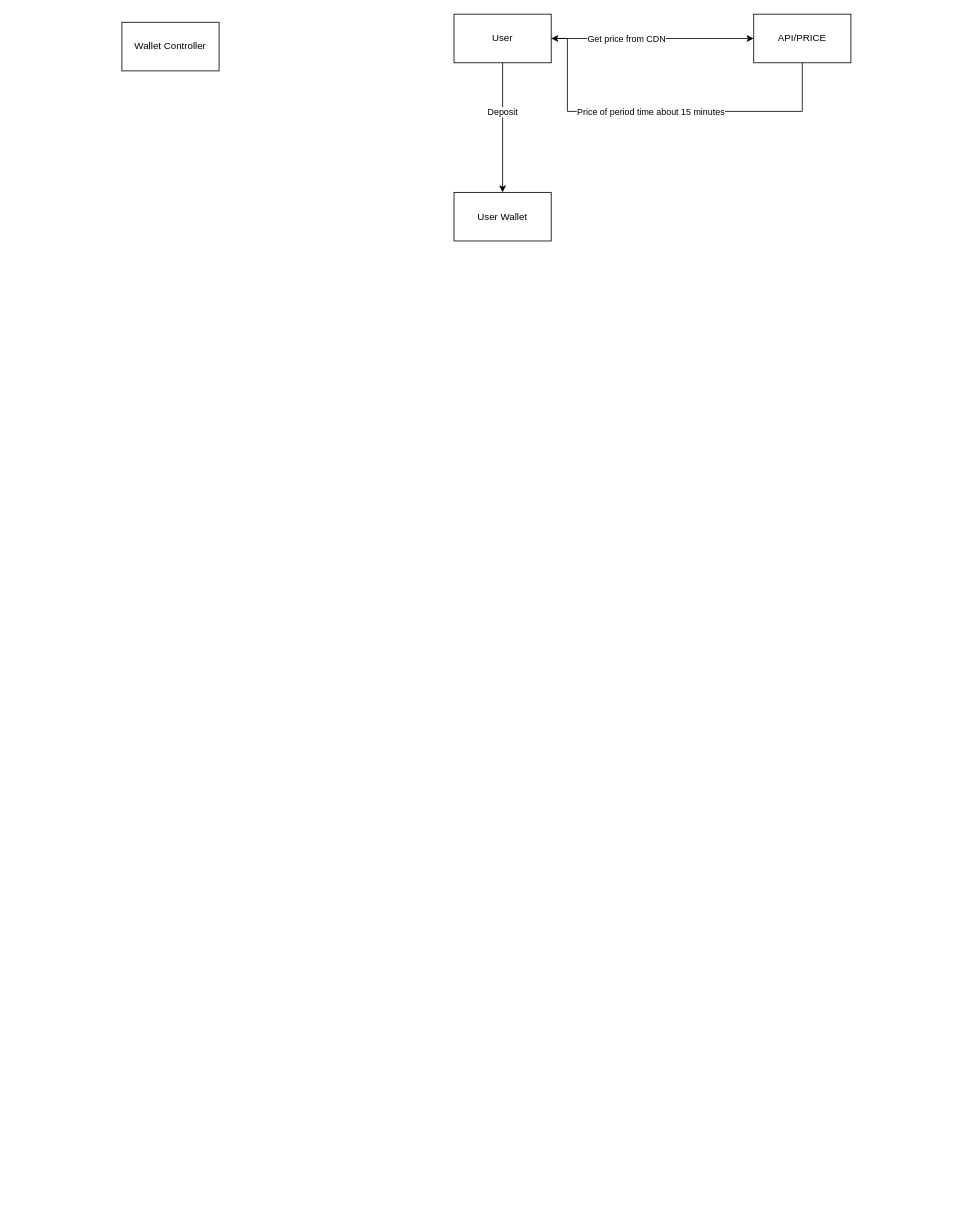
The draw.io diagram Biểu đồ không có tiêu đề.drawio in DatNg267/diagram, before the edit. Source tidied: cells renumbered, new cells numbered last; positions are measured from the earlier drawing's top-left corner, leaving out a move shared by most shapes. Both pictures are drawn from the tidied source at 81%, with x=0, y=0 at pixel (122, 14).
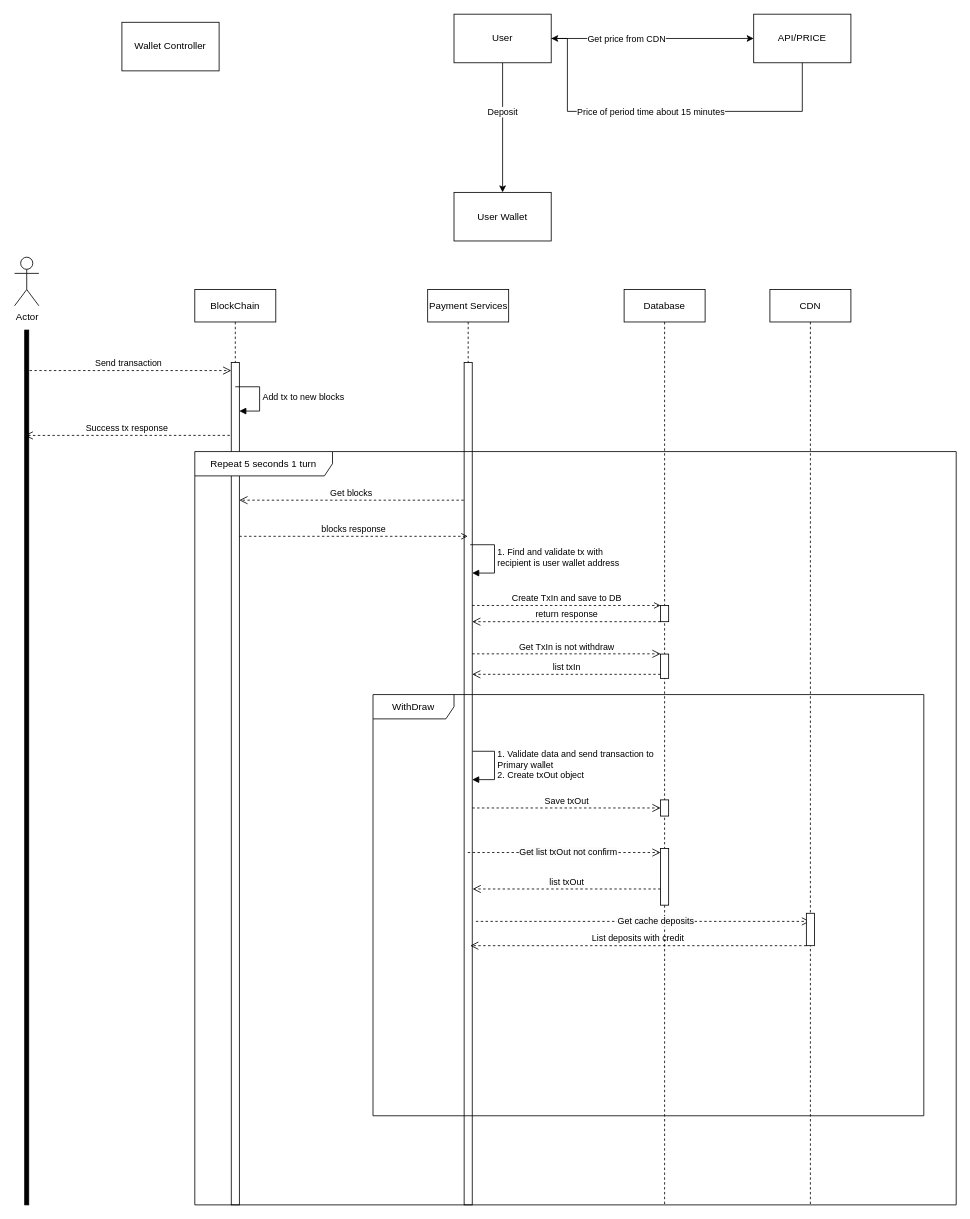
The same diagram, later.

Commit message:
Cập nhật Biểu đồ không có tiêu đề.drawio

Change to the diagram source:
```diff
@@
+    <mxCell id="12" style="html=1;perimeter=orthogonalPerimeter;fillColor=strokeColor;" parent="1" vertex="1">
+      <mxGeometry x="-120" y="390" width="5" height="1080" as="geometry" />
+    </mxCell>
+    <mxCell id="13" value="Actor" style="shape=umlActor;verticalLabelPosition=bottom;verticalAlign=top;html=1;" parent="1" vertex="1">
+      <mxGeometry x="-132.5" y="300" width="30" height="60" as="geometry" />
+    </mxCell>
+    <mxCell id="14" value="BlockChain" style="shape=umlLifeline;perimeter=lifelinePerimeter;whiteSpace=wrap;html=1;newEdgeStyle={&quot;edgeStyle&quot;:&quot;elbowEdgeStyle&quot;,&quot;elbow&quot;:&quot;vertical&quot;,&quot;curved&quot;:0,&quot;rounded&quot;:0};" parent="1" vertex="1">
+      <mxGeometry x="90" y="340" width="100" height="1130" as="geometry" />
+    </mxCell>
+    <mxCell id="15" style="html=1;points=[[0,0,0,0,5],[0,1,0,0,-5],[1,0,0,0,5],[1,1,0,0,-5]];perimeter=orthogonalPerimeter;outlineConnect=0;targetShapes=umlLifeline;portConstraint=eastwest;newEdgeStyle={&quot;curved&quot;:0,&quot;rounded&quot;:0};" parent="14" vertex="1">
+      <mxGeometry x="45" y="90" width="10" height="1040" as="geometry" />
+    </mxCell>
+    <mxCell id="16" value="Add tx to new blocks" style="html=1;align=left;spacingLeft=2;endArrow=block;rounded=0;edgeStyle=orthogonalEdgeStyle;curved=0;rounded=0;" parent="14" edge="1">
+      <mxGeometry relative="1" as="geometry">
+        <mxPoint x="50" y="120" as="sourcePoint" />
+        <mxPoint x="55" y="150" as="targetPoint" />
+        <Array as="points">
+          <mxPoint x="80" y="120" />
+        </Array>
+      </mxGeometry>
+    </mxCell>
+    <mxCell id="17" value="Payment Services" style="shape=umlLifeline;perimeter=lifelinePerimeter;whiteSpace=wrap;html=1;outlineConnect=0;portConstraint=eastwest;newEdgeStyle={&quot;edgeStyle&quot;:&quot;elbowEdgeStyle&quot;,&quot;elbow&quot;:&quot;vertical&quot;,&quot;curved&quot;:0,&quot;rounded&quot;:0};" parent="1" vertex="1">
+      <mxGeometry x="377.5" y="340" width="100" height="1130" as="geometry" />
+    </mxCell>
+    <mxCell id="18" style="html=1;points=[[0,0,0,0,5],[0,1,0,0,-5],[1,0,0,0,5],[1,1,0,0,-5]];perimeter=orthogonalPerimeter;outlineConnect=0;targetShapes=umlLifeline;portConstraint=eastwest;newEdgeStyle={&quot;curved&quot;:0,&quot;rounded&quot;:0};" parent="17" vertex="1">
+      <mxGeometry x="45" y="90" width="10" height="1040" as="geometry" />
+    </mxCell>
+    <mxCell id="19" value="Send transaction" style="endArrow=open;startArrow=none;endFill=0;startFill=0;endSize=8;html=1;verticalAlign=bottom;dashed=1;labelBackgroundColor=none;rounded=0;exitX=0.7;exitY=0.071;exitDx=0;exitDy=0;exitPerimeter=0;" parent="1" edge="1" target="15">
+      <mxGeometry relative="1" as="geometry">
+        <mxPoint x="-120" y="440" as="sourcePoint" />
+      </mxGeometry>
+    </mxCell>
+    <mxCell id="20" value="Get blocks" style="endArrow=open;startArrow=none;endFill=0;startFill=0;endSize=8;html=1;verticalAlign=bottom;dashed=1;labelBackgroundColor=none;rounded=0;" parent="1" edge="1">
+      <mxGeometry relative="1" as="geometry">
+        <mxPoint x="422" y="600" as="sourcePoint" />
+        <mxPoint x="145" y="600" as="targetPoint" />
+        <Array as="points">
+          <mxPoint x="165" y="600" />
+        </Array>
+      </mxGeometry>
+    </mxCell>
+    <mxCell id="21" value="blocks response" style="endArrow=open;html=1;rounded=0;align=center;verticalAlign=bottom;dashed=1;endFill=0;labelBackgroundColor=none;" parent="1" edge="1">
+      <mxGeometry relative="1" as="geometry">
+        <mxPoint x="145" y="644.6" as="sourcePoint" />
+        <mxPoint x="427" y="644.6" as="targetPoint" />
+      </mxGeometry>
+    </mxCell>
+    <mxCell id="22" style="html=1;align=center;verticalAlign=top;labelBackgroundColor=none;" parent="21" vertex="1">
+      <mxGeometry relative="1" as="geometry" />
+    </mxCell>
+    <mxCell id="23" value="Success tx response" style="endArrow=open;startArrow=none;endFill=0;startFill=0;endSize=8;html=1;verticalAlign=bottom;dashed=1;labelBackgroundColor=none;rounded=0;entryX=0.367;entryY=0.182;entryDx=0;entryDy=0;entryPerimeter=0;" parent="1" edge="1">
+      <mxGeometry relative="1" as="geometry">
+        <mxPoint x="133.2" y="520" as="sourcePoint" />
+        <mxPoint x="-120" y="520.1" as="targetPoint" />
+        <Array as="points">
+          <mxPoint x="-56.8" y="520" />
+        </Array>
+      </mxGeometry>
+    </mxCell>
+    <mxCell id="24" value="1. Find and validate tx with &lt;br&gt;recipient is user wallet address" style="html=1;align=left;spacingLeft=2;endArrow=block;rounded=0;edgeStyle=orthogonalEdgeStyle;curved=0;rounded=0;" parent="1" edge="1">
+      <mxGeometry x="-0.01" relative="1" as="geometry">
+        <mxPoint x="430" y="655" as="sourcePoint" />
+        <mxPoint x="432.5" y="690" as="targetPoint" />
+        <Array as="points">
+          <mxPoint x="460" y="655" />
+          <mxPoint x="460" y="690" />
+        </Array>
+      </mxGeometry>
+    </mxCell>
+    <mxCell id="25" value="Database" style="shape=umlLifeline;perimeter=lifelinePerimeter;whiteSpace=wrap;html=1;outlineConnect=0;portConstraint=eastwest;newEdgeStyle={&quot;edgeStyle&quot;:&quot;elbowEdgeStyle&quot;,&quot;elbow&quot;:&quot;vertical&quot;,&quot;curved&quot;:0,&quot;rounded&quot;:0};" parent="1" vertex="1">
+      <mxGeometry x="620" y="340" width="100" height="1130" as="geometry" />
+    </mxCell>
+    <mxCell id="26" value="Repeat 5 seconds 1 turn" style="shape=umlFrame;whiteSpace=wrap;html=1;width=170;" parent="1" vertex="1">
+      <mxGeometry x="90" y="540" width="940" height="930" as="geometry" />
+    </mxCell>
+    <mxCell id="27" value="Get TxIn is not withdraw" style="endArrow=open;startArrow=none;endFill=0;startFill=0;endSize=8;html=1;verticalAlign=bottom;dashed=1;labelBackgroundColor=none;rounded=0;" parent="26" edge="1">
+      <mxGeometry relative="1" as="geometry">
+        <mxPoint x="342.5" y="249.7" as="sourcePoint" />
+        <mxPoint x="575" y="249.7" as="targetPoint" />
+      </mxGeometry>
+    </mxCell>
+    <mxCell id="28" style="html=1;perimeter=orthogonalPerimeter;targetShapes=umlLifeline;newEdgeStyle={&quot;curved&quot;:0,&quot;rounded&quot;:0};" parent="26" vertex="1">
+      <mxGeometry x="575" y="190" width="10" height="20" as="geometry" />
+    </mxCell>
+    <mxCell id="29" style="html=1;points=[[0,0,0,0,5],[0,1,0,0,-5],[1,0,0,0,5],[1,1,0,0,-5]];perimeter=orthogonalPerimeter;outlineConnect=0;targetShapes=umlLifeline;portConstraint=eastwest;newEdgeStyle={&quot;curved&quot;:0,&quot;rounded&quot;:0};" parent="26" vertex="1">
+      <mxGeometry x="575" y="250" width="10" height="30" as="geometry" />
+    </mxCell>
+    <mxCell id="30" value="return response" style="endArrow=open;startArrow=none;endFill=0;startFill=0;endSize=8;html=1;verticalAlign=bottom;dashed=1;labelBackgroundColor=none;rounded=0;exitX=0;exitY=1;exitDx=0;exitDy=-5;exitPerimeter=0;" parent="26" edge="1">
+      <mxGeometry relative="1" as="geometry">
+        <mxPoint x="575" y="210" as="sourcePoint" />
+        <mxPoint x="342.5" y="210" as="targetPoint" />
+      </mxGeometry>
+    </mxCell>
+    <mxCell id="31" value="1. Validate data and send transaction to&amp;nbsp;&lt;br&gt;Primary wallet&lt;br&gt;2. Create txOut object" style="html=1;align=left;spacingLeft=2;endArrow=block;rounded=0;edgeStyle=orthogonalEdgeStyle;curved=0;rounded=0;" parent="26" edge="1">
+      <mxGeometry x="-0.01" relative="1" as="geometry">
+        <mxPoint x="343" y="370" as="sourcePoint" />
+        <mxPoint x="342.5" y="405" as="targetPoint" />
+        <Array as="points">
+          <mxPoint x="370" y="370" />
+          <mxPoint x="370" y="405" />
+        </Array>
+      </mxGeometry>
+    </mxCell>
+    <mxCell id="32" value="Save txOut" style="endArrow=open;startArrow=none;endFill=0;startFill=0;endSize=8;html=1;verticalAlign=bottom;dashed=1;labelBackgroundColor=none;rounded=0;" parent="26" edge="1" target="34">
+      <mxGeometry relative="1" as="geometry">
+        <mxPoint x="342.5" y="440" as="sourcePoint" />
+      </mxGeometry>
+    </mxCell>
+    <mxCell id="33" value="WithDraw" style="shape=umlFrame;whiteSpace=wrap;html=1;width=100;height=30;" parent="26" vertex="1">
+      <mxGeometry x="220" y="300" width="680" height="520" as="geometry" />
+    </mxCell>
+    <mxCell id="34" style="html=1;points=[[0,0,0,0,5],[0,1,0,0,-5],[1,0,0,0,5],[1,1,0,0,-5]];perimeter=orthogonalPerimeter;outlineConnect=0;targetShapes=umlLifeline;portConstraint=eastwest;newEdgeStyle={&quot;curved&quot;:0,&quot;rounded&quot;:0};" parent="33" vertex="1">
+      <mxGeometry x="355" y="130" width="10" height="20" as="geometry" />
+    </mxCell>
+    <mxCell id="35" style="html=1;points=[[0,0,0,0,5],[0,1,0,0,-5],[1,0,0,0,5],[1,1,0,0,-5]];perimeter=orthogonalPerimeter;outlineConnect=0;targetShapes=umlLifeline;portConstraint=eastwest;newEdgeStyle={&quot;curved&quot;:0,&quot;rounded&quot;:0};" parent="33" vertex="1">
+      <mxGeometry x="355" y="190" width="10" height="70" as="geometry" />
+    </mxCell>
+    <mxCell id="36" value="list txOut" style="endArrow=open;startArrow=none;endFill=0;startFill=0;endSize=8;html=1;verticalAlign=bottom;dashed=1;labelBackgroundColor=none;rounded=0;exitX=0;exitY=1;exitDx=0;exitDy=-5;exitPerimeter=0;" parent="33" edge="1">
+      <mxGeometry relative="1" as="geometry">
+        <mxPoint x="355" y="240" as="sourcePoint" />
+        <mxPoint x="123" y="240" as="targetPoint" />
+      </mxGeometry>
+    </mxCell>
+    <mxCell id="37" style="endArrow=open;startArrow=none;endFill=0;startFill=0;endSize=8;html=1;verticalAlign=bottom;dashed=1;labelBackgroundColor=none;rounded=0;" parent="33" edge="1">
+      <mxGeometry relative="1" as="geometry">
+        <mxPoint x="127" y="280" as="sourcePoint" />
+        <mxPoint x="539.5" y="280" as="targetPoint" />
+      </mxGeometry>
+    </mxCell>
+    <mxCell id="38" value="&lt;span style=&quot;background-color: rgb(251, 251, 251);&quot;&gt;Get cache deposits&lt;/span&gt;" style="edgeLabel;html=1;align=center;verticalAlign=middle;" parent="37" vertex="1">
+      <mxGeometry x="0.12" y="1" relative="1" as="geometry">
+        <mxPoint x="-10" as="offset" />
+      </mxGeometry>
+    </mxCell>
+    <mxCell id="39" value="List deposits with credit" style="endArrow=open;startArrow=none;endFill=0;startFill=0;endSize=8;html=1;verticalAlign=bottom;dashed=1;labelBackgroundColor=none;rounded=0;" parent="33" edge="1" source="47">
+      <mxGeometry relative="1" as="geometry">
+        <mxPoint x="120" y="310" as="targetPoint" />
+      </mxGeometry>
+    </mxCell>
+    <mxCell id="40" value="Create TxIn and save to DB" style="endArrow=open;html=1;rounded=0;align=center;verticalAlign=bottom;dashed=1;endFill=0;labelBackgroundColor=none;" parent="1" edge="1">
+      <mxGeometry relative="1" as="geometry">
+        <mxPoint x="432.5" y="730" as="sourcePoint" />
+        <mxPoint x="665" y="730" as="targetPoint" />
+      </mxGeometry>
+    </mxCell>
+    <mxCell id="41" style="html=1;align=center;verticalAlign=top;labelBackgroundColor=none;" parent="40" vertex="1">
+      <mxGeometry relative="1" as="geometry" />
+    </mxCell>
+    <mxCell id="42" value="list txIn" style="endArrow=open;startArrow=none;endFill=0;startFill=0;endSize=8;html=1;verticalAlign=bottom;dashed=1;labelBackgroundColor=none;rounded=0;exitX=0;exitY=1;exitDx=0;exitDy=-5;exitPerimeter=0;" parent="1" edge="1" source="29" target="18">
+      <mxGeometry relative="1" as="geometry" />
+    </mxCell>
+    <mxCell id="43" style="endArrow=open;startArrow=none;endFill=0;startFill=0;endSize=8;html=1;verticalAlign=bottom;dashed=1;labelBackgroundColor=none;rounded=0;" parent="1" edge="1" source="35" target="25">
+      <mxGeometry y="125" relative="1" as="geometry">
+        <mxPoint x="-120" y="-35" as="offset" />
+      </mxGeometry>
+    </mxCell>
+    <mxCell id="44" style="endArrow=open;startArrow=none;endFill=0;startFill=0;endSize=8;html=1;verticalAlign=bottom;dashed=1;labelBackgroundColor=none;rounded=0;entryX=0;entryY=0;entryDx=0;entryDy=5;entryPerimeter=0;" parent="1" edge="1" source="17" target="35">
+      <mxGeometry relative="1" as="geometry" />
+    </mxCell>
+    <mxCell id="45" value="&lt;span style=&quot;background-color: rgb(251, 251, 251);&quot;&gt;Get list txOut not confirm&lt;/span&gt;" style="edgeLabel;html=1;align=center;verticalAlign=middle;" parent="44" vertex="1">
+      <mxGeometry x="0.12" y="1" relative="1" as="geometry">
+        <mxPoint x="-10" as="offset" />
+      </mxGeometry>
+    </mxCell>
+    <mxCell id="46" value="CDN" style="shape=umlLifeline;perimeter=lifelinePerimeter;whiteSpace=wrap;html=1;newEdgeStyle={&quot;edgeStyle&quot;:&quot;elbowEdgeStyle&quot;,&quot;elbow&quot;:&quot;vertical&quot;,&quot;curved&quot;:0,&quot;rounded&quot;:0};" parent="1" vertex="1">
+      <mxGeometry x="800" y="340" width="100" height="1130" as="geometry" />
+    </mxCell>
+    <mxCell id="47" style="html=1;points=[[0,0,0,0,5],[0,1,0,0,-5],[1,0,0,0,5],[1,1,0,0,-5]];perimeter=orthogonalPerimeter;outlineConnect=0;targetShapes=umlLifeline;portConstraint=eastwest;newEdgeStyle={&quot;curved&quot;:0,&quot;rounded&quot;:0};" parent="46" vertex="1">
+      <mxGeometry x="45" y="770" width="10" height="40" as="geometry" />
+    </mxCell>
```
